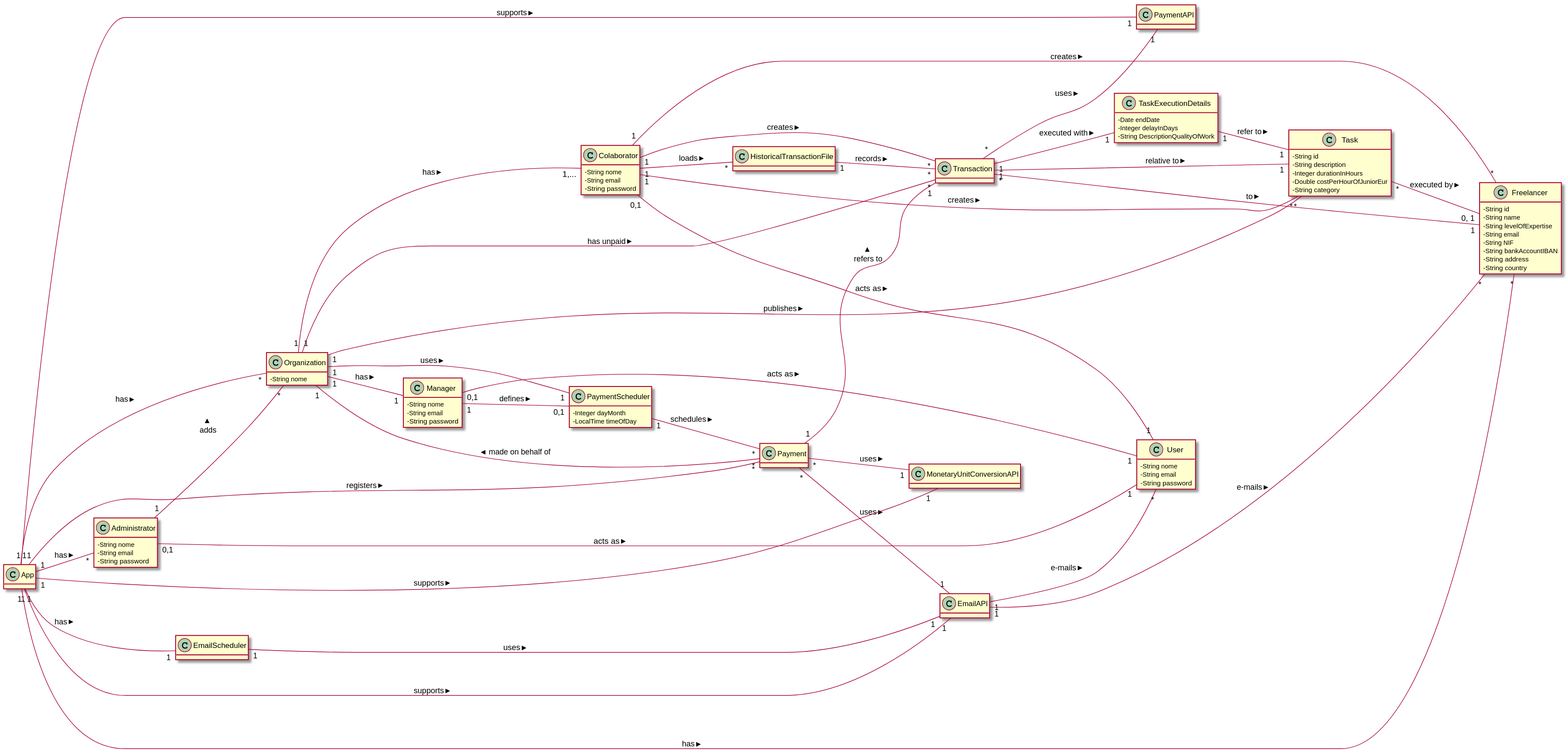
botelho-io/lapr2-2020-g029 keeps this PlantUML diagram as docs/MD/MD.svg. Above is the earlier version.
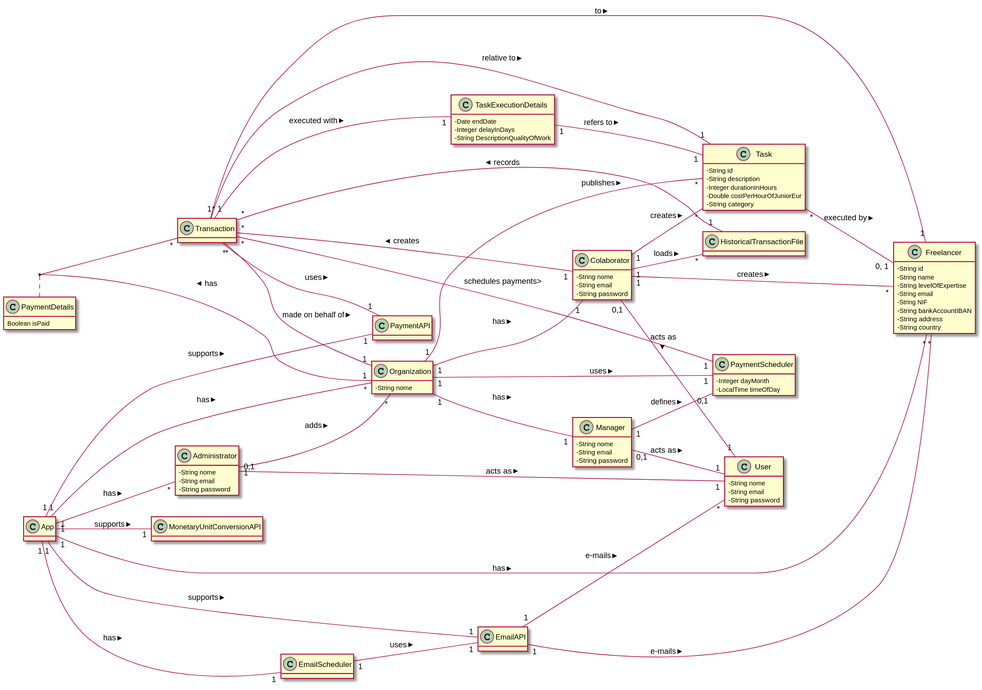
The same file after the commit.

Diff of the diagram source:
```diff
@@ -3,6 +3,36 @@
 skinparam classAttributeIconSize 0
 hide methods
 left to right direction
+
+class App {
+
+}
+
+class Organization {
+        - String nome
+}
+
+class Transaction {
+
+}
+
+class Task {
+        - String id
+        - String description
+        - Integer durationInHours
+        - Double costPerHourOfJuniorEur
+        - String category
+}
+
+class PaymentDetails {
+        Boolean isPaid
+}
+
+class TaskExecutionDetails {
+        - Date endDate
+        - Integer delayInDays
+        - String DescriptionQualityOfWork
+}
 
 class Colaborator {
         - String nome
@@ -16,16 +46,6 @@
         - String password
 }
 
-class Transaction {
-
-}
-
-class TaskExecutionDetails {
-        - Date endDate
-        - Integer delayInDays
-        - String DescriptionQualityOfWork
-}
-
 class HistoricalTransactionFile {
 
 }
@@ -33,22 +53,6 @@
 class PaymentScheduler {
         - Integer dayMonth
         - LocalTime timeOfDay
-}
-
-class Organization {
-        - String nome
-}
-
-class Task {
-        - String id
-        - String description
-        - Integer durationInHours
-        - Double costPerHourOfJuniorEur
-        - String category
-}
-
-class App {
-
 }
 
 class Administrator {
@@ -85,28 +89,24 @@
 Colaborator                "0,1" -- "1"      User                      : acts as >
 Manager                      "1" -- "0,1"    PaymentScheduler          : defines >
 Manager                    "0,1" -- "1"      User                      : acts as >
-Payment                      "1" -- "1"      Transaction               : refers to >
-Payment                      "*" -- "1"      EmailAPI                  : uses >
-Payment                      "*" -- "1"      MonetaryUnitConversionAPI : uses >
-Payment                      "*" -- "1"     Organization              : made on behalf of >
 Transaction                  "1" -- "1"      Task                      : relative to >
-Transaction                  "1" -- "1"      TaskExecutionDetails      : executed with >
 Transaction                  "*" -- "1"      Freelancer                : to >
 Transaction                  "*" -- "1"      PaymentAPI                : uses >
-TaskExecutionDetails         "1" -- "1"      Task                      : refer to >
+Transaction                  "*" -- "1"      Organization              : made on behalf of >
+Transaction                  "1" -- "1"      TaskExecutionDetails      : executed with >
+TaskExecutionDetails         "1" -- "1"      Task                      : refers to >
 HistoricalTransactionFile    "1" -- "*"      Transaction               : records >
-PaymentScheduler             "1" -- "*"      Payment                   : schedules >
-Organization                 "1" -- "1,..."  Colaborator               : has >
+PaymentScheduler             "1" -- "*"      Transaction               : schedules payments>
+Organization                 "1" -- "1"      Colaborator               : has >
 Organization                 "1" -- "1"      Manager                   : has >
 Organization                 "1" -- "1"      PaymentScheduler          : uses >
 Organization                 "1" -- "*"      Task                      : publishes >
-Organization                 "1" -- "*"      Transaction               : has unpaid >
+Organization                 "1" -- "*"      Transaction               : has >
 Task                         "*" -- "0, 1"   Freelancer                : executed by >
 App                          "1" -- "1"      MonetaryUnitConversionAPI : supports >
 App                          "1" -- "*"      Organization              : has >
 App                          "1" -- "1"      EmailAPI                  : supports >
 App                          "1" -- "1"      PaymentAPI                : supports >
-App                          "1" -- "*"      Payment                   : registers >
 App                          "1" -- "*"      Administrator             : has >
 App                          "1" -- "*"      Freelancer                : has >
 App                          "1" -- "1"      EmailScheduler            : has >
@@ -115,5 +115,6 @@
 Administrator              "0,1" -- "1"      User                      : acts as >
 EmailAPI                     "1" -- "*"      User                      : e-mails >
 EmailAPI                     "1" -- "*"      Freelancer                : e-mails >
+(Organization, Transaction)      ..          PaymentDetails
 
 @enduml
```
